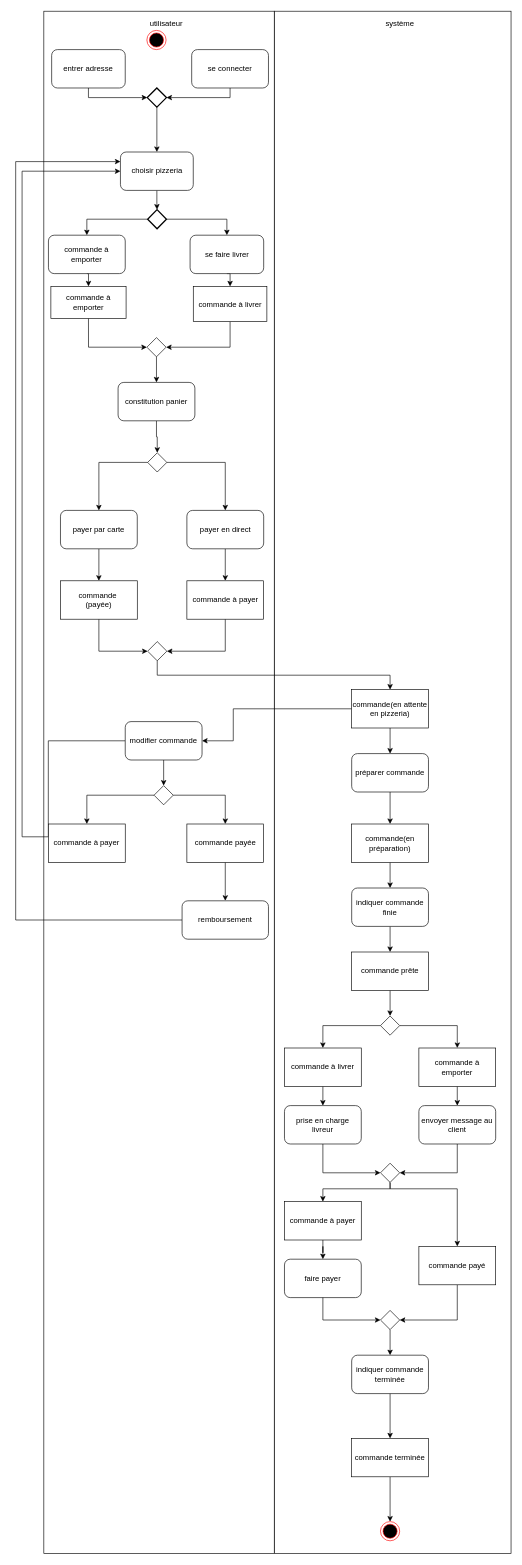
robindauteuil/Diagramme_UML keeps this draw.io diagram as page "diagramme activité" (7 of 7) of diagrammes réunis.drawio. Above is the earlier version. Source tidied: cells renumbered, new cells numbered last; positions are measured from the earlier drawing's top-left corner, leaving out a move shared by most shapes. Both pictures are drawn from the tidied source at 64%, with x=0, y=0 at pixel (15, 11).
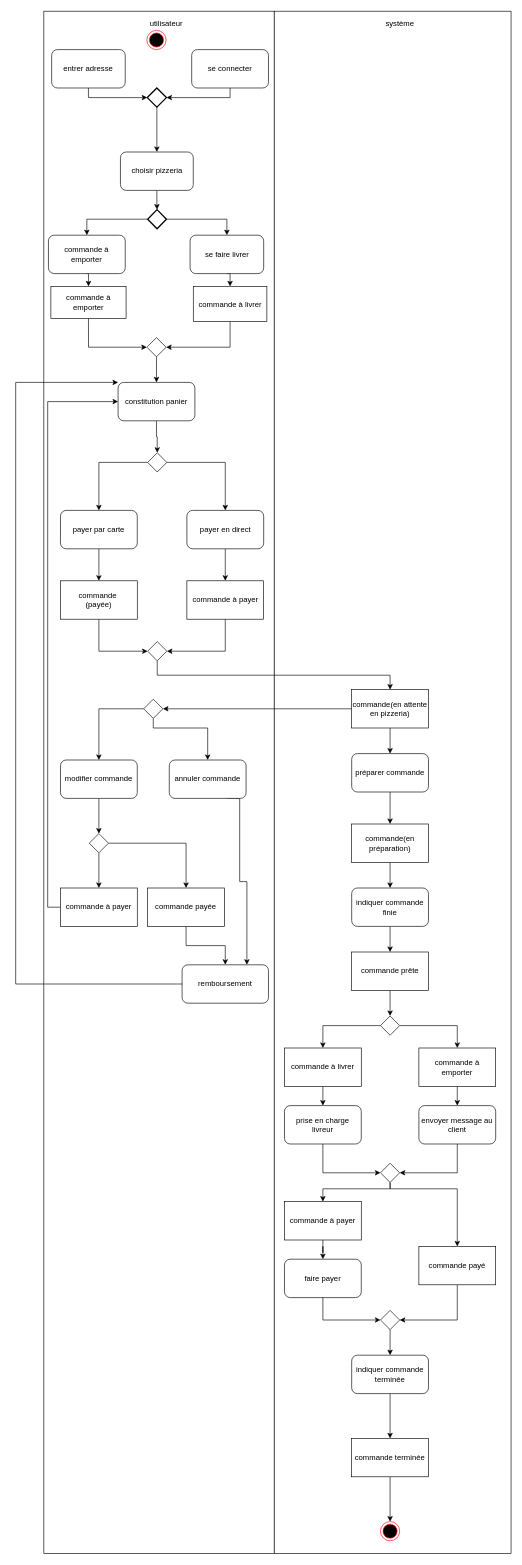
After the change.

Unchanged cells that the change refers to:
```xml
<mxCell id="18" value="constitution panier" style="rounded=1;whiteSpace=wrap;html=1;" parent="1" vertex="1">
  <mxGeometry x="160" y="580" width="120" height="60" as="geometry" />
</mxCell>
<mxCell id="20" value="choisir pizzeria" style="rounded=1;whiteSpace=wrap;html=1;" parent="1" vertex="1">
  <mxGeometry x="163.7" y="220" width="113.8" height="60" as="geometry" />
</mxCell>
<mxCell id="42" value="commande(en attente en pizzeria)" style="rounded=0;whiteSpace=wrap;html=1;" parent="1" vertex="1">
  <mxGeometry x="525" y="1060" width="120" height="60" as="geometry" />
</mxCell>
```

Diff of the diagram source:
```diff
@@
+    <mxCell id="3" style="rounded=0;whiteSpace=wrap;html=1;" parent="1" vertex="1">
+      <mxGeometry x="44" width="360" height="2410" as="geometry" />
+    </mxCell>
@@
-    <mxCell id="3" style="rounded=0;whiteSpace=wrap;html=1;" parent="1" vertex="1">
-      <mxGeometry x="44" width="360" height="2410" as="geometry" />
-    </mxCell>
@@
-    <mxCell id="41" style="edgeStyle=orthogonalEdgeStyle;rounded=0;jettySize=auto;html=1;entryX=1;entryY=0.5;entryDx=0;entryDy=0;" parent="1" edge="1" source="42" target="68">
+    <mxCell id="41" style="edgeStyle=orthogonalEdgeStyle;rounded=0;jettySize=auto;html=1;entryX=1;entryY=0.5;entryDx=0;entryDy=0;" parent="1" edge="1" source="42" target="97">
       <mxGeometry relative="1" as="geometry">
         <Array as="points">
-          <mxPoint x="340" y="1090" />
-          <mxPoint x="340" y="1140" />
+          <mxPoint x="290" y="1090" />
+          <mxPoint x="290" y="1090" />
         </Array>
       </mxGeometry>
     </mxCell>
@@
-    <mxCell id="66" style="edgeStyle=orthogonalEdgeStyle;rounded=0;jettySize=auto;html=1;exitX=0;exitY=0.5;exitDx=0;exitDy=0;entryX=0;entryY=0.5;entryDx=0;entryDy=0;" parent="1" edge="1" source="68" target="20">
-      <mxGeometry relative="1" as="geometry">
-        <Array as="points">
-          <mxPoint x="51" y="1290" />
-          <mxPoint x="10" y="1290" />
-          <mxPoint x="10" y="250" />
-        </Array>
-      </mxGeometry>
-    </mxCell>
@@
     <mxCell id="68" value="modifier commande" style="rounded=1;whiteSpace=wrap;html=1;" parent="1" vertex="1">
-      <mxGeometry x="171.2" y="1110" width="120" height="60" as="geometry" />
+      <mxGeometry x="70" y="1170" width="120" height="60" as="geometry" />
     </mxCell>
@@
     <mxCell id="81" value="commande payée" style="rounded=0;whiteSpace=wrap;html=1;" parent="1" vertex="1">
-      <mxGeometry x="267.5" y="1270" width="120" height="60" as="geometry" />
+      <mxGeometry x="206.2" y="1370" width="120" height="60" as="geometry" />
     </mxCell>
+    <mxCell id="92" style="edgeStyle=orthogonalEdgeStyle;rounded=0;jettySize=auto;html=1;exitX=0;exitY=0.5;exitDx=0;exitDy=0;entryX=0;entryY=0.5;entryDx=0;entryDy=0;" parent="1" edge="1" source="82" target="18">
+      <mxGeometry relative="1" as="geometry" />
+    </mxCell>
     <mxCell id="82" value="commande à payer" style="rounded=0;whiteSpace=wrap;html=1;" parent="1" vertex="1">
-      <mxGeometry x="51.2" y="1270" width="120" height="60" as="geometry" />
+      <mxGeometry x="70" y="1370" width="120" height="60" as="geometry" />
     </mxCell>
@@
-    <mxCell id="84" style="edgeStyle=orthogonalEdgeStyle;rounded=0;jettySize=auto;html=1;exitX=0;exitY=0.5;exitDx=0;exitDy=0;entryX=0.5;entryY=0;entryDx=0;entryDy=0;" parent="1" edge="1" source="85" target="82">
+    <mxCell id="84" style="edgeStyle=orthogonalEdgeStyle;rounded=0;jettySize=auto;html=1;exitX=0.5;exitY=1;exitDx=0;exitDy=0;entryX=0.5;entryY=0;entryDx=0;entryDy=0;" parent="1" edge="1" source="85" target="82">
       <mxGeometry relative="1" as="geometry" />
     </mxCell>
     <mxCell id="85" style="rhombus;whiteSpace=wrap;html=1;" parent="1" vertex="1">
-      <mxGeometry x="216.2" y="1210" width="30" height="30" as="geometry" />
+      <mxGeometry x="115" y="1285" width="30" height="30" as="geometry" />
     </mxCell>
-    <mxCell id="86" style="edgeStyle=orthogonalEdgeStyle;rounded=0;jettySize=auto;html=1;exitX=0;exitY=0.5;exitDx=0;exitDy=0;entryX=0;entryY=0.25;entryDx=0;entryDy=0;" parent="1" edge="1" source="87" target="20">
+    <mxCell id="86" style="edgeStyle=orthogonalEdgeStyle;rounded=0;jettySize=auto;html=1;exitX=0;exitY=0.5;exitDx=0;exitDy=0;entryX=0;entryY=0;entryDx=0;entryDy=0;" parent="1" edge="1" source="87" target="18">
       <mxGeometry relative="1" as="geometry">
         <Array as="points">
-          <mxPoint y="1420" />
-          <mxPoint y="235" />
+          <mxPoint y="1520" />
+          <mxPoint y="580" />
         </Array>
       </mxGeometry>
     </mxCell>
     <mxCell id="87" value="remboursement" style="rounded=1;whiteSpace=wrap;html=1;" parent="1" vertex="1">
-      <mxGeometry x="260" y="1390" width="135" height="60" as="geometry" />
+      <mxGeometry x="260" y="1490" width="135" height="60" as="geometry" />
     </mxCell>
@@
+    <mxCell id="93" style="edgeStyle=orthogonalEdgeStyle;rounded=0;jettySize=auto;html=1;exitX=0.75;exitY=1;exitDx=0;exitDy=0;entryX=0.75;entryY=0;entryDx=0;entryDy=0;" parent="1" edge="1" source="94" target="87">
+      <mxGeometry relative="1" as="geometry">
+        <Array as="points">
+          <mxPoint x="350" y="1230" />
+          <mxPoint x="350" y="1360" />
+          <mxPoint x="361" y="1360" />
+        </Array>
+      </mxGeometry>
+    </mxCell>
+    <mxCell id="94" value="annuler commande" style="rounded=1;whiteSpace=wrap;html=1;" parent="1" vertex="1">
+      <mxGeometry x="240" y="1170" width="120" height="60" as="geometry" />
+    </mxCell>
+    <mxCell id="95" style="edgeStyle=orthogonalEdgeStyle;rounded=0;jettySize=auto;html=1;exitX=0;exitY=0.5;exitDx=0;exitDy=0;entryX=0.5;entryY=0;entryDx=0;entryDy=0;" parent="1" edge="1" source="97" target="68">
+      <mxGeometry relative="1" as="geometry" />
+    </mxCell>
+    <mxCell id="96" style="edgeStyle=orthogonalEdgeStyle;rounded=0;jettySize=auto;html=1;exitX=0.5;exitY=1;exitDx=0;exitDy=0;" parent="1" edge="1" source="97" target="94">
+      <mxGeometry relative="1" as="geometry">
+        <Array as="points">
+          <mxPoint x="215" y="1120" />
+          <mxPoint x="300" y="1120" />
+        </Array>
+      </mxGeometry>
+    </mxCell>
+    <mxCell id="97" style="rhombus;whiteSpace=wrap;html=1;" parent="1" vertex="1">
+      <mxGeometry x="200" y="1075" width="30" height="30" as="geometry" />
+    </mxCell>
```
